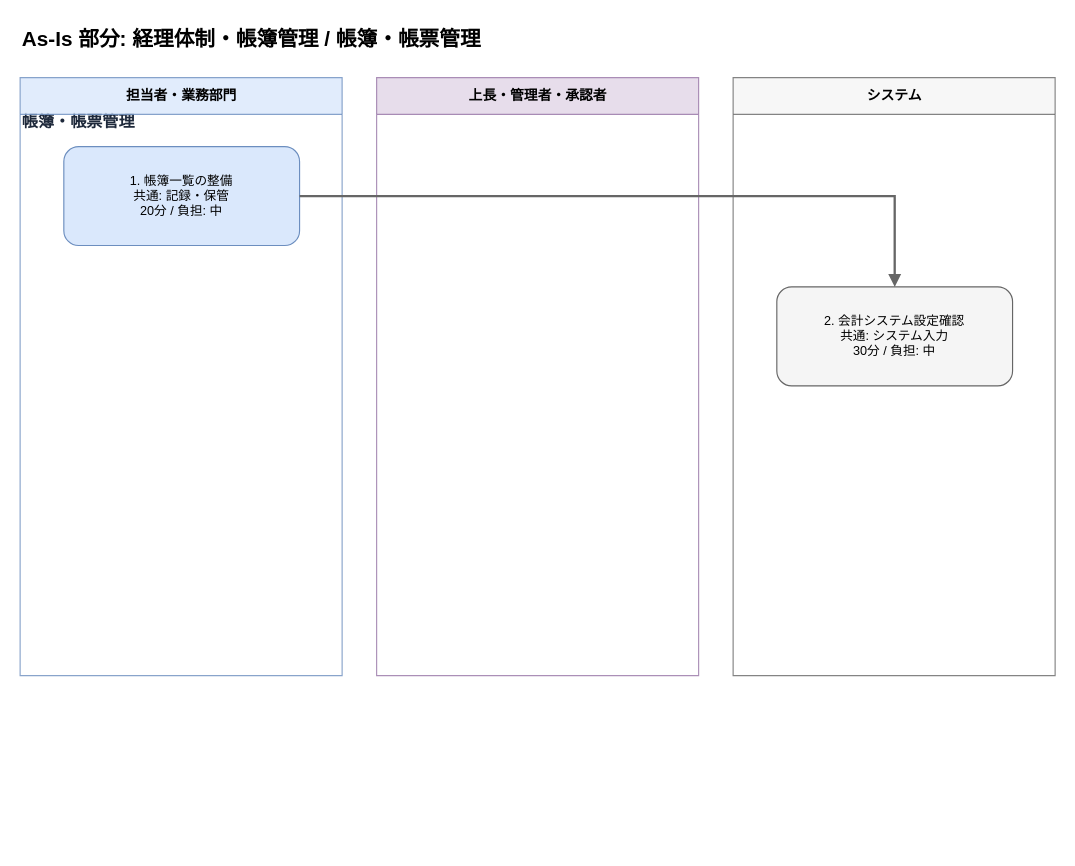
Before: output/flows/asis_経理体制_帳簿管理__帳簿_帳票管理_20260608.drawio in Toshiki811/ai-business-analysis-heatmap, a draw.io diagram. Source tidied: cells renumbered, new cells numbered last; positions are measured from the earlier drawing's top-left corner, leaving out a move shared by most shapes. Both pictures are drawn from the tidied source at 115%, with x=0, y=0 at pixel (20, 20).
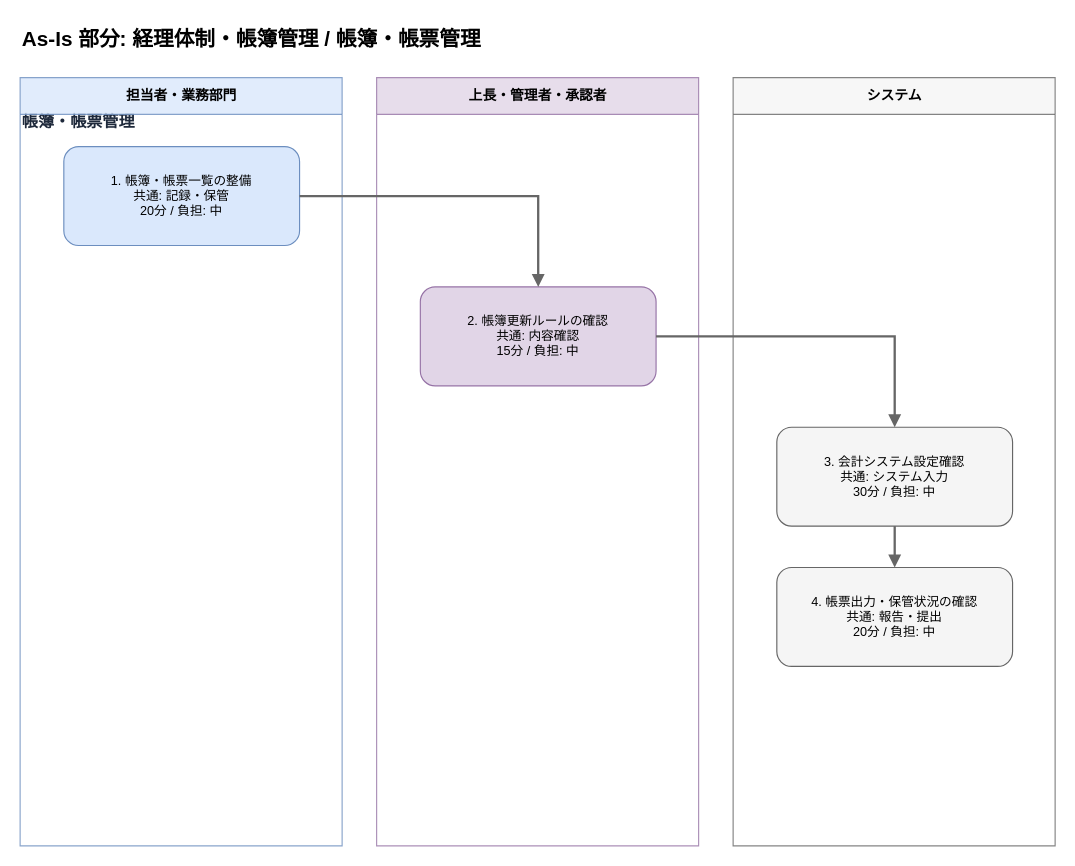
After the change.

Change to the diagram source:
```diff
@@
 <mxGraphModel>
   <root>
     <mxCell id="0" />
     <mxCell id="1" parent="0" />
     <mxCell id="2" value="帳簿・帳票管理" style="text;html=1;strokeColor=none;fillColor=none;align=left;verticalAlign=middle;whiteSpace=wrap;fontSize=14;fontStyle=1;fontColor=#1e293b;" parent="1" vertex="1">
       <mxGeometry y="76" width="860" height="24" as="geometry" />
     </mxCell>
     <mxCell id="3" value="As-Is 部分: 経理体制・帳簿管理 / 帳簿・帳票管理" style="text;html=1;strokeColor=none;fillColor=none;align=left;fontSize=18;fontStyle=1;" parent="1" vertex="1">
       <mxGeometry width="880" height="30" as="geometry" />
     </mxCell>
     <mxCell id="4" value="担当者・業務部門" style="swimlane;horizontal=1;startSize=32;html=1;fillColor=#dae8fc;strokeColor=#6c8ebf;fontSize=12;fontStyle=1;opacity=80;" parent="1" vertex="1">
-      <mxGeometry y="50" width="280" height="520" as="geometry" />
+      <mxGeometry y="50" width="280" height="668" as="geometry" />
     </mxCell>
     <mxCell id="5" value="上長・管理者・承認者" style="swimlane;horizontal=1;startSize=32;html=1;fillColor=#e1d5e7;strokeColor=#9673a6;fontSize=12;fontStyle=1;opacity=80;" parent="1" vertex="1">
-      <mxGeometry x="310" y="50" width="280" height="520" as="geometry" />
+      <mxGeometry x="310" y="50" width="280" height="668" as="geometry" />
     </mxCell>
     <mxCell id="6" value="システム" style="swimlane;horizontal=1;startSize=32;html=1;fillColor=#f5f5f5;strokeColor=#666666;fontSize=12;fontStyle=1;opacity=80;" parent="1" vertex="1">
-      <mxGeometry x="620" y="50" width="280" height="520" as="geometry" />
+      <mxGeometry x="620" y="50" width="280" height="668" as="geometry" />
     </mxCell>
-    <mxCell id="7" value="1. 帳簿一覧の整備&#10;共通: 記録・保管&#10;20分 / 負担: 中" style="rounded=1;whiteSpace=wrap;html=1;fillColor=#dae8fc;strokeColor=#6c8ebf;strokeWidth=1;fontSize=11;fontColor=#000000;" parent="1" vertex="1">
-      <mxGeometry x="38" y="110" width="205" height="86" as="geometry" />
-    </mxCell>
-    <mxCell id="8" value="2. 会計システム設定確認&#10;共通: システム入力&#10;30分 / 負担: 中" style="rounded=1;whiteSpace=wrap;html=1;fillColor=#f5f5f5;strokeColor=#666666;strokeWidth=1;fontSize=11;fontColor=#000000;" parent="1" vertex="1">
-      <mxGeometry x="658" y="232" width="205" height="86" as="geometry" />
-    </mxCell>
+    <mxCell id="10" value="1. 帳簿・帳票一覧の整備&#10;共通: 記録・保管&#10;20分 / 負担: 中" style="rounded=1;whiteSpace=wrap;html=1;fillColor=#dae8fc;strokeColor=#6c8ebf;strokeWidth=1;fontSize=11;fontColor=#000000;" parent="1" vertex="1">
+      <mxGeometry x="38" y="110" width="205" height="86" as="geometry" />
+    </mxCell>
+    <mxCell id="11" value="2. 帳簿更新ルールの確認&#10;共通: 内容確認&#10;15分 / 負担: 中" style="rounded=1;whiteSpace=wrap;html=1;fillColor=#e1d5e7;strokeColor=#9673a6;strokeWidth=1;fontSize=11;fontColor=#000000;" parent="1" vertex="1">
+      <mxGeometry x="348" y="232" width="205" height="86" as="geometry" />
+    </mxCell>
+    <mxCell id="12" value="3. 会計システム設定確認&#10;共通: システム入力&#10;30分 / 負担: 中" style="rounded=1;whiteSpace=wrap;html=1;fillColor=#f5f5f5;strokeColor=#666666;strokeWidth=1;fontSize=11;fontColor=#000000;" parent="1" vertex="1">
+      <mxGeometry x="658" y="354" width="205" height="86" as="geometry" />
+    </mxCell>
+    <mxCell id="13" value="4. 帳票出力・保管状況の確認&#10;共通: 報告・提出&#10;20分 / 負担: 中" style="rounded=1;whiteSpace=wrap;html=1;fillColor=#f5f5f5;strokeColor=#666666;strokeWidth=1;fontSize=11;fontColor=#000000;" parent="1" vertex="1">
+      <mxGeometry x="658" y="476" width="205" height="86" as="geometry" />
+    </mxCell>
-    <mxCell id="9" style="edgeStyle=orthogonalEdgeStyle;rounded=0;html=1;strokeColor=#666666;strokeWidth=2;endArrow=block;endFill=1;fontSize=11;fontColor=#1f2937;" parent="1" edge="1" source="7" target="8">
+    <mxCell id="9" style="edgeStyle=orthogonalEdgeStyle;rounded=0;html=1;strokeColor=#666666;strokeWidth=2;endArrow=block;endFill=1;fontSize=11;fontColor=#1f2937;" parent="1" edge="1" source="10" target="11">
       <mxGeometry relative="1" as="geometry" />
     </mxCell>
+    <mxCell id="14" style="edgeStyle=orthogonalEdgeStyle;rounded=0;html=1;strokeColor=#666666;strokeWidth=2;endArrow=block;endFill=1;fontSize=11;fontColor=#1f2937;" parent="1" edge="1" source="11" target="12">
+      <mxGeometry relative="1" as="geometry" />
+    </mxCell>
+    <mxCell id="15" style="edgeStyle=orthogonalEdgeStyle;rounded=0;html=1;strokeColor=#666666;strokeWidth=2;endArrow=block;endFill=1;fontSize=11;fontColor=#1f2937;" parent="1" edge="1" source="12" target="13">
+      <mxGeometry relative="1" as="geometry" />
+    </mxCell>
   </root>
 </mxGraphModel>
```
